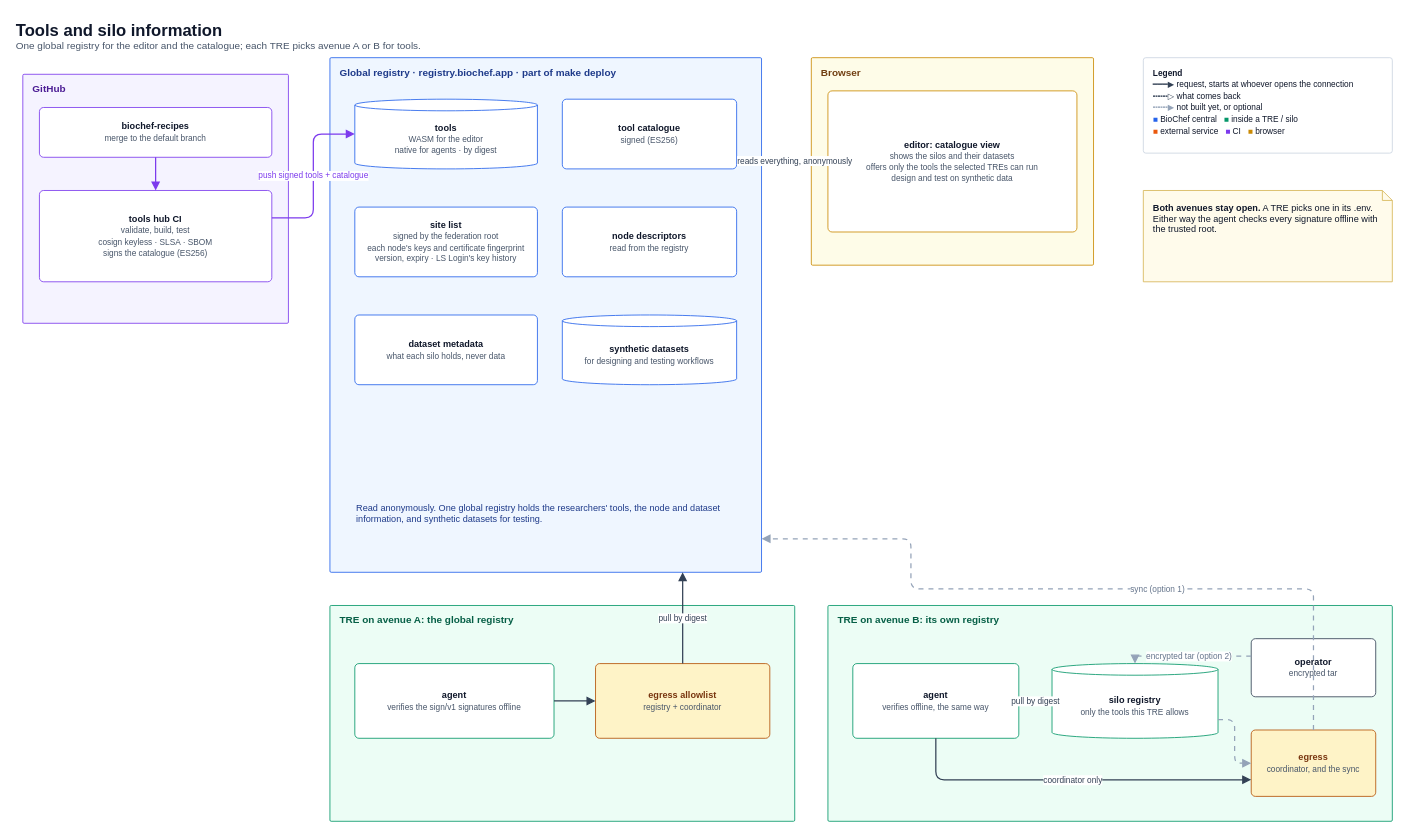
The draw.io diagram docs/diagrams/07-registry-catalogue.drawio in ieeta-pt/biochef-infra, before the edit. Source tidied: cells renumbered, new cells numbered last; positions are measured from the earlier drawing's top-left corner, leaving out a move shared by most shapes. Both pictures are drawn from the tidied source at 83%, with x=0, y=0 at pixel (14, 14).
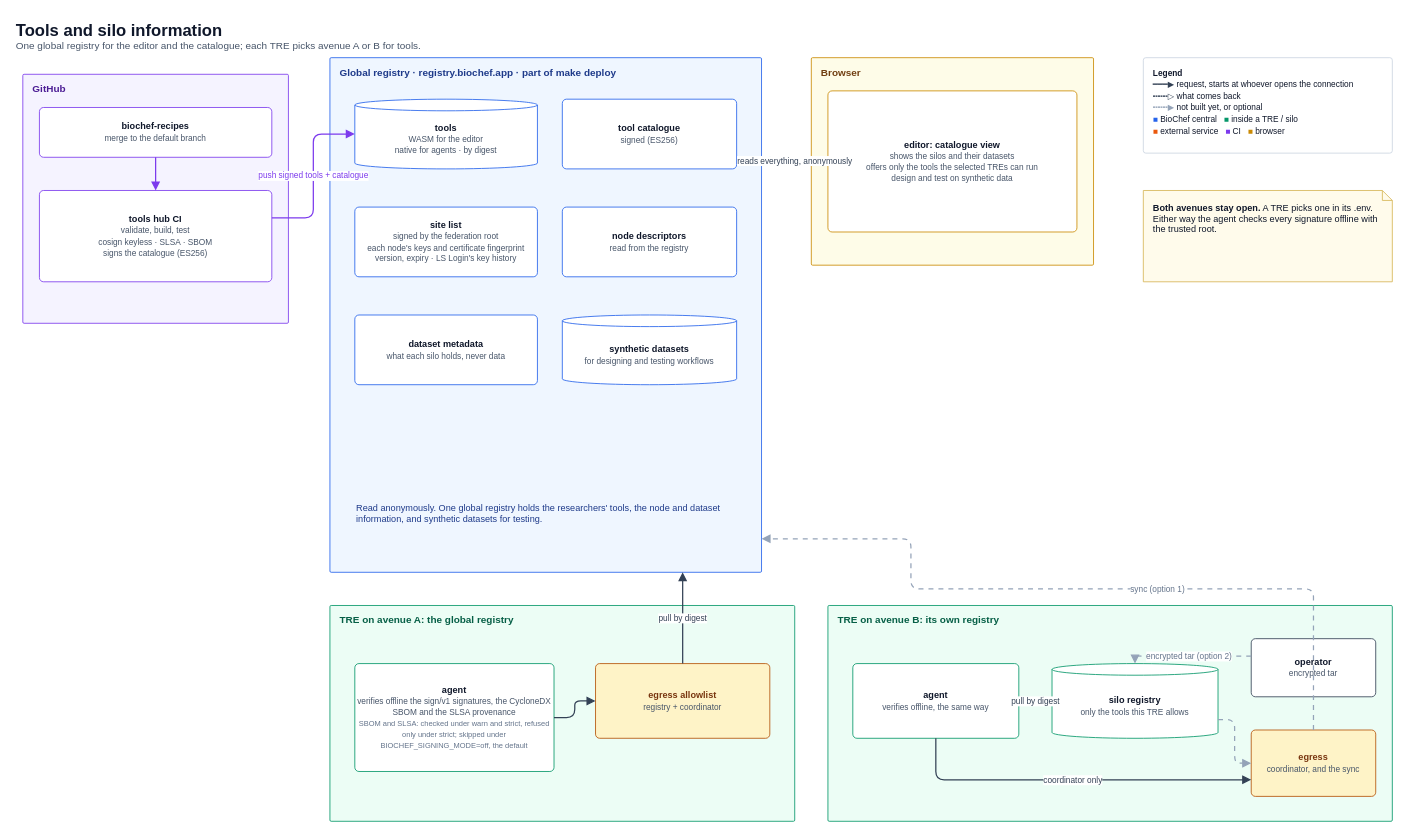
The same page after the edit.

The change refers to these unchanged cells:
```xml
<mxCell id="16" value="TRE on avenue A: the global registry" style="rounded=1;arcSize=3;absoluteArcSize=1;html=1;whiteSpace=wrap;verticalAlign=top;align=left;spacingLeft=10;spacingTop=4;fontSize=12;fontStyle=1;fillColor=#ecfdf5;strokeColor=#059669;fontColor=#065f46;" parent="1" vertex="1">
  <mxGeometry x="380" y="712" width="560" height="260" as="geometry" />
</mxCell>
```

Change to the diagram source:
```diff
@@
-    <mxCell id="17" value="&lt;b&gt;agent&lt;/b&gt;&lt;br&gt;&lt;font style=&quot;font-size:10px&quot; color=&quot;#475569&quot;&gt;verifies the sign/v1 signatures offline&lt;/font&gt;" style="html=1;whiteSpace=wrap;fontSize=11;fillColor=#ffffff;strokeColor=#059669;fontColor=#0f172a;align=center;verticalAlign=middle;spacing=4;rounded=1;arcSize=10;absoluteArcSize=1;" parent="16" vertex="1">
-      <mxGeometry x="30" y="70" width="240" height="90" as="geometry" />
+    <mxCell id="17" value="&lt;b&gt;agent&lt;/b&gt;&lt;br&gt;&lt;font style=&quot;font-size:10px&quot; color=&quot;#475569&quot;&gt;verifies offline the sign/v1 signatures, the CycloneDX SBOM and the SLSA provenance&lt;/font&gt;&lt;br&gt;&lt;font style=&quot;font-size:9px&quot; color=&quot;#64748b&quot;&gt;SBOM and SLSA: checked under warn and strict, refused only under strict; skipped under BIOCHEF_SIGNING_MODE=off, the default&lt;/font&gt;" style="html=1;whiteSpace=wrap;fontSize=11;fillColor=#ffffff;strokeColor=#059669;fontColor=#0f172a;align=center;verticalAlign=middle;spacing=4;rounded=1;arcSize=10;absoluteArcSize=1;" parent="16" vertex="1">
+      <mxGeometry x="30" y="70" width="240" height="130" as="geometry" />
     </mxCell>
```
